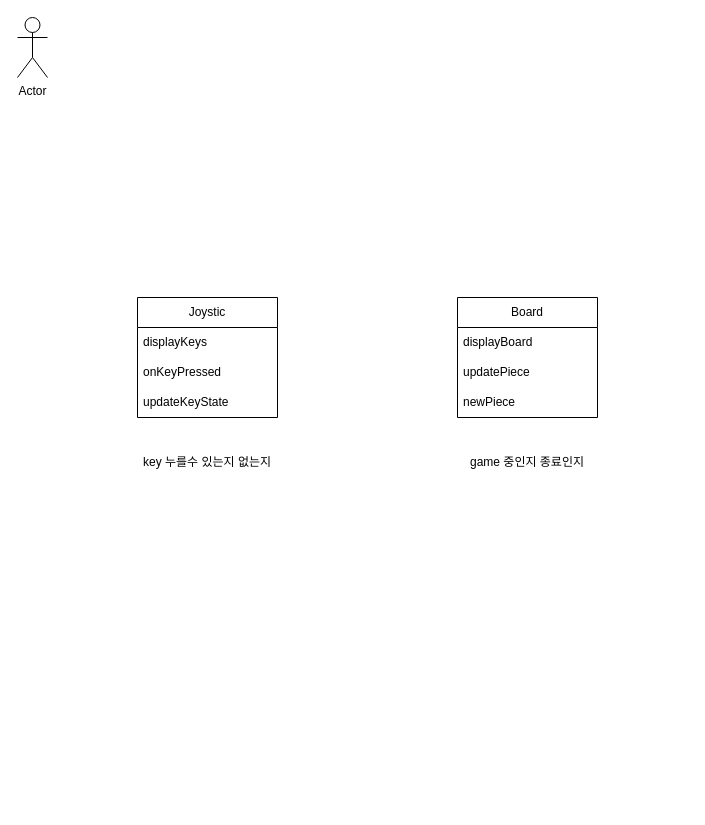
Before: 2048.drawio in hyunwk21/drawio, a draw.io diagram. Source tidied: cells renumbered, new cells numbered last; positions are measured from the earlier drawing's top-left corner, leaving out a move shared by most shapes. Both pictures are drawn from the tidied source at 100%, with x=0, y=0 at pixel (17, 17).
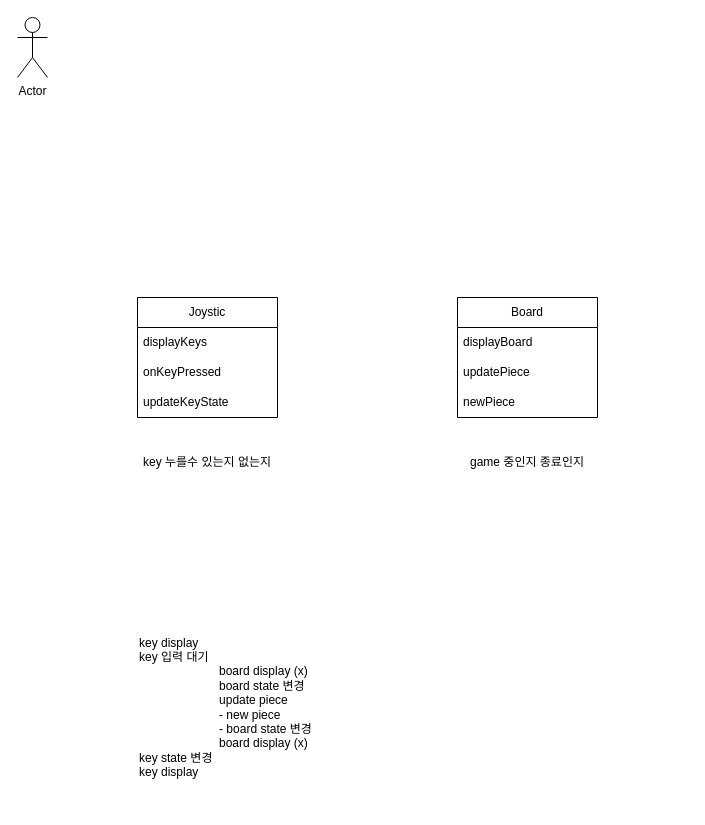
The same page after the edit.

Change to the diagram source:
```diff
@@
 <mxGraphModel>
   <root>
     <mxCell id="0" />
     <mxCell id="1" parent="0" />
     <mxCell id="2" value="Joystic" style="swimlane;fontStyle=0;horizontal=1;startSize=30;whiteSpace=wrap;html=1;" parent="1" vertex="1">
       <mxGeometry x="120" y="280" width="140" height="120" as="geometry" />
     </mxCell>
     <mxCell id="3" value="displayKeys" style="text;strokeColor=none;fillColor=none;align=left;verticalAlign=middle;spacingLeft=4;spacingRight=4;overflow=hidden;whiteSpace=wrap;html=1;" parent="2" vertex="1">
       <mxGeometry y="30" width="140" height="30" as="geometry" />
     </mxCell>
     <mxCell id="4" value="onKeyPressed" style="text;strokeColor=none;fillColor=none;align=left;verticalAlign=middle;spacingLeft=4;spacingRight=4;overflow=hidden;whiteSpace=wrap;html=1;" parent="2" vertex="1">
       <mxGeometry y="60" width="140" height="30" as="geometry" />
     </mxCell>
     <mxCell id="5" value="updateKeyState" style="text;strokeColor=none;fillColor=none;align=left;verticalAlign=middle;spacingLeft=4;spacingRight=4;overflow=hidden;whiteSpace=wrap;html=1;" parent="2" vertex="1">
       <mxGeometry y="90" width="140" height="30" as="geometry" />
     </mxCell>
     <mxCell id="6" value="Board" style="swimlane;fontStyle=0;horizontal=1;startSize=30;whiteSpace=wrap;html=1;" parent="1" vertex="1">
       <mxGeometry x="440" y="280" width="140" height="120" as="geometry" />
     </mxCell>
     <mxCell id="7" value="displayBoard" style="text;strokeColor=none;fillColor=none;align=left;verticalAlign=middle;spacingLeft=4;spacingRight=4;overflow=hidden;whiteSpace=wrap;html=1;" parent="6" vertex="1">
       <mxGeometry y="30" width="140" height="30" as="geometry" />
     </mxCell>
     <mxCell id="8" value="updatePiece" style="text;strokeColor=none;fillColor=none;align=left;verticalAlign=middle;spacingLeft=4;spacingRight=4;overflow=hidden;whiteSpace=wrap;html=1;" parent="6" vertex="1">
       <mxGeometry y="60" width="140" height="30" as="geometry" />
     </mxCell>
     <mxCell id="9" value="newPiece" style="text;strokeColor=none;fillColor=none;align=left;verticalAlign=middle;spacingLeft=4;spacingRight=4;overflow=hidden;whiteSpace=wrap;html=1;" parent="6" vertex="1">
       <mxGeometry y="90" width="140" height="30" as="geometry" />
     </mxCell>
     <mxCell id="10" value="Actor" style="shape=umlActor;verticalLabelPosition=bottom;verticalAlign=top;html=1;" parent="1" vertex="1">
       <mxGeometry width="30" height="60" as="geometry" />
     </mxCell>
     <mxCell id="11" value="key 누를수 있는지 없는지" style="text;html=1;strokeColor=none;fillColor=none;align=center;verticalAlign=middle;whiteSpace=wrap;rounded=0;" parent="1" vertex="1">
       <mxGeometry x="120" y="430" width="140" height="30" as="geometry" />
     </mxCell>
     <mxCell id="12" value="game 중인지 종료인지" style="text;html=1;strokeColor=none;fillColor=none;align=center;verticalAlign=middle;whiteSpace=wrap;rounded=0;" parent="1" vertex="1">
       <mxGeometry x="440" y="430" width="140" height="30" as="geometry" />
     </mxCell>
+    <mxCell id="13" value="key display&lt;br&gt;key 입력 대기&lt;br&gt;&lt;blockquote style=&quot;margin: 0 0 0 40px; border: none; padding: 0px;&quot;&gt;&lt;blockquote style=&quot;margin: 0 0 0 40px; border: none; padding: 0px;&quot;&gt;board display (x)&lt;/blockquote&gt;&lt;/blockquote&gt;&lt;span style=&quot;white-space: pre;&quot;&gt;&#9;&lt;/span&gt;&lt;span style=&quot;white-space: pre;&quot;&gt;&#9;&lt;/span&gt;&lt;span style=&quot;white-space: pre;&quot;&gt;&#9;&lt;/span&gt;board state 변경&lt;br&gt;&lt;span style=&quot;&quot;&gt;&lt;span style=&quot;&quot;&gt;&lt;span style=&quot;white-space: pre;&quot;&gt;&#9;&lt;/span&gt;&lt;span style=&quot;white-space: pre;&quot;&gt;&#9;&lt;/span&gt;&amp;nbsp;&amp;nbsp;&amp;nbsp;&amp;nbsp;&lt;/span&gt;&lt;/span&gt;&lt;span style=&quot;&quot;&gt;&lt;span style=&quot;&quot;&gt;&amp;nbsp;&amp;nbsp;&amp;nbsp;&amp;nbsp;&lt;/span&gt;&lt;/span&gt;update piece&lt;br&gt;&lt;span style=&quot;&quot;&gt;&lt;span style=&quot;&quot;&gt;&amp;nbsp;&amp;nbsp;&amp;nbsp;&amp;nbsp;&lt;/span&gt;&lt;/span&gt;&lt;span style=&quot;&quot;&gt;&lt;span style=&quot;&quot;&gt;&amp;nbsp;&amp;nbsp;&amp;nbsp;&amp;nbsp;&lt;/span&gt;&lt;/span&gt;&lt;span style=&quot;&quot;&gt;&lt;span style=&quot;&quot;&gt;&amp;nbsp;&amp;nbsp;&amp;nbsp;&amp;nbsp;&lt;/span&gt;&lt;/span&gt;&lt;span style=&quot;&quot;&gt;&lt;span style=&quot;&quot;&gt;&amp;nbsp;&amp;nbsp;&amp;nbsp;&amp;nbsp;&lt;span style=&quot;white-space: pre;&quot;&gt;&#9;&lt;/span&gt;-&amp;nbsp;&lt;/span&gt;&lt;/span&gt;new piece&lt;br&gt;&lt;span style=&quot;&quot;&gt;&lt;span style=&quot;&quot;&gt;&lt;span style=&quot;white-space: pre;&quot;&gt;&#9;&lt;/span&gt;&lt;span style=&quot;white-space: pre;&quot;&gt;&#9;&lt;/span&gt;&amp;nbsp;&amp;nbsp;&amp;nbsp;&amp;nbsp;&lt;/span&gt;&lt;/span&gt;&lt;span style=&quot;&quot;&gt;&lt;span style=&quot;&quot;&gt;&amp;nbsp; &amp;nbsp; -&amp;nbsp;&lt;/span&gt;&lt;/span&gt;board state 변경&lt;br&gt;&amp;nbsp; &amp;nbsp; &amp;nbsp; &amp;nbsp; &amp;nbsp; &amp;nbsp; &amp;nbsp; &amp;nbsp; &amp;nbsp; &amp;nbsp; &amp;nbsp; &amp;nbsp;&amp;nbsp;board display (x)&lt;br&gt;key state 변경&lt;br&gt;key display" style="text;html=1;strokeColor=none;fillColor=none;align=left;verticalAlign=middle;whiteSpace=wrap;rounded=0;" parent="1" vertex="1">
+      <mxGeometry x="120" y="590" width="550" height="200" as="geometry" />
+    </mxCell>
   </root>
 </mxGraphModel>
```
